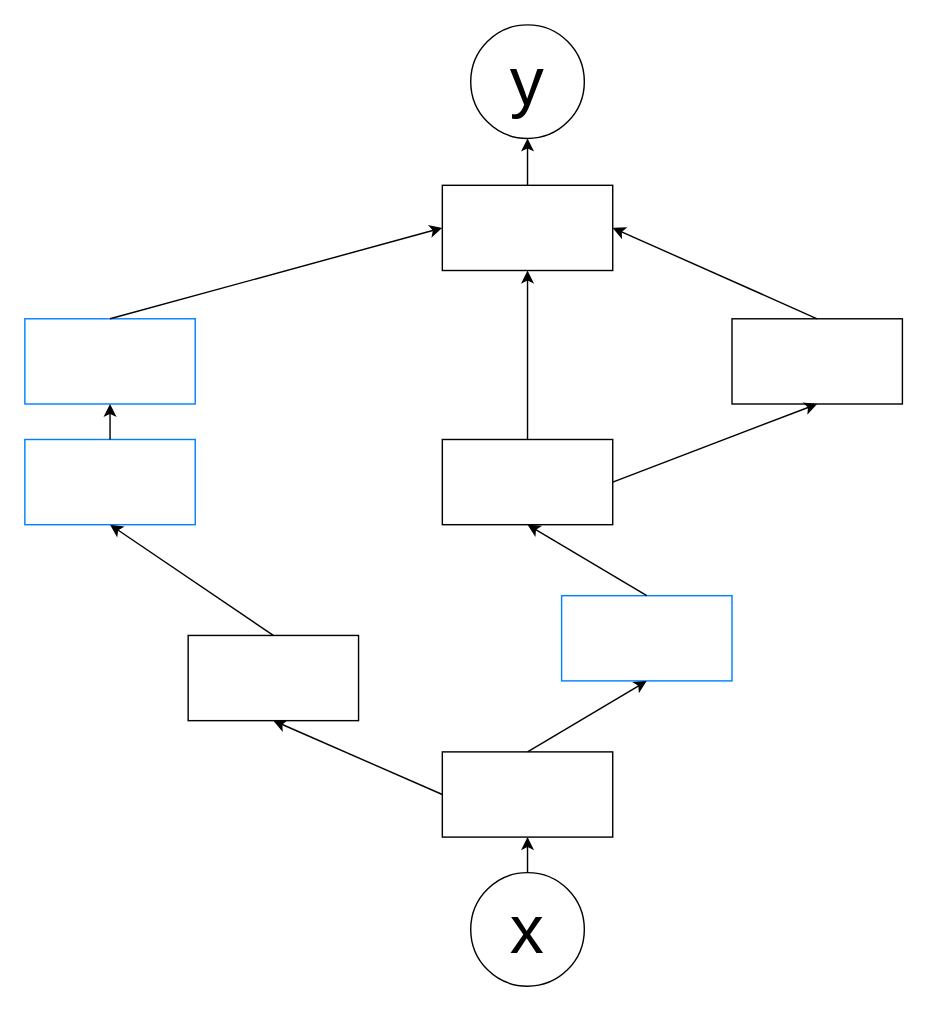
Above: REDS/Projet_Laure/beamer/figs/Untitled Diagram.drawio in CharlesAttend/M2-DAC (draw.io), before the change. Source tidied: cells renumbered, new cells numbered last; positions are measured from the earlier drawing's top-left corner, leaving out a move shared by most shapes. Both pictures are drawn from the tidied source at 142%, with x=0, y=0 at pixel (24, 24).
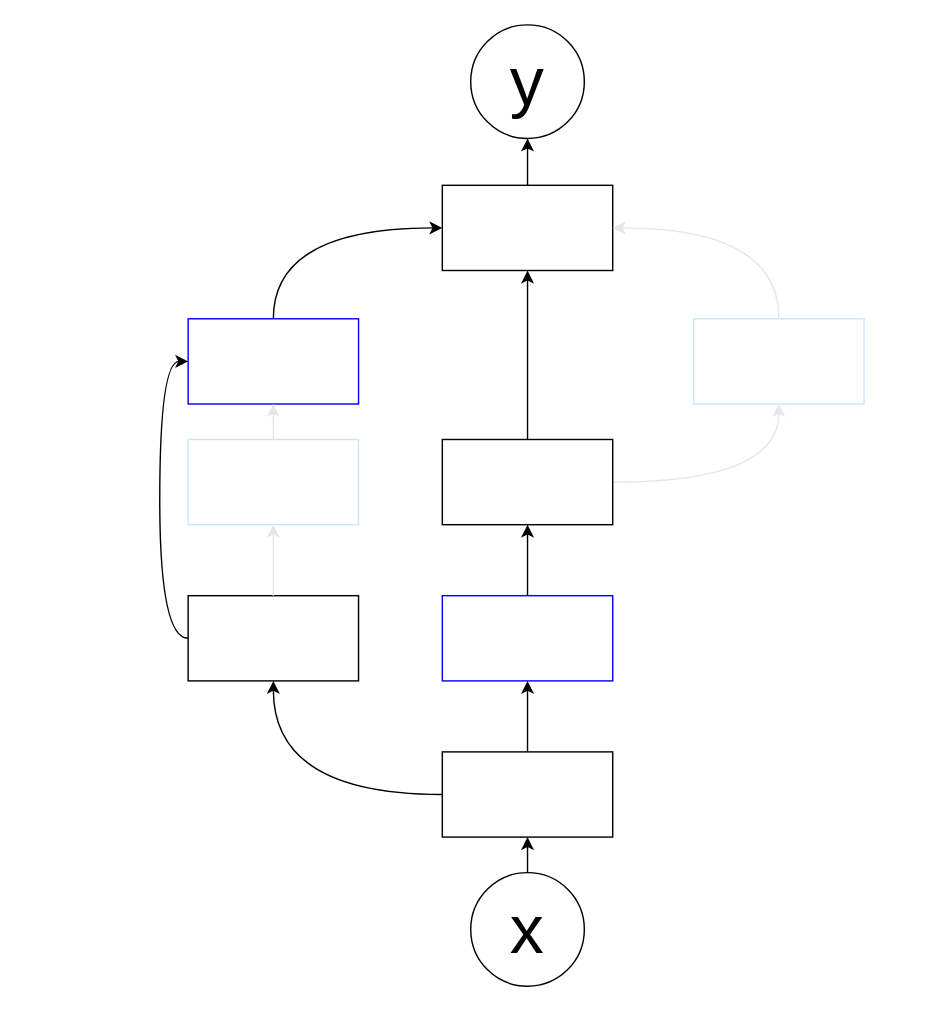
Above is the later version.

The change refers to these unchanged cells:
```xml
<mxCell id="5" style="rounded=0;whiteSpace=wrap;html=1;" parent="1" vertex="1">
  <mxGeometry x="294" y="113" width="120" height="60" as="geometry" />
</mxCell>
<mxCell id="7" style="rounded=0;whiteSpace=wrap;html=1;" parent="1" vertex="1">
  <mxGeometry x="294" y="292" width="120" height="60" as="geometry" />
</mxCell>
<mxCell id="11" style="rounded=0;whiteSpace=wrap;html=1;" parent="1" vertex="1">
  <mxGeometry x="294" y="512" width="120" height="60" as="geometry" />
</mxCell>
```

What changed in the source:
```diff
@@
+    <mxCell id="22" style="edgeStyle=orthogonalEdgeStyle;curved=1;rounded=0;jettySize=auto;html=1;entryX=1;entryY=0.5;entryDx=0;entryDy=0;exitX=0.5;exitY=0;exitDx=0;exitDy=0;strokeColor=#E6E6E6;" parent="1" edge="1" source="6" target="5">
+      <mxGeometry relative="1" as="geometry" />
+    </mxCell>
-    <mxCell id="6" style="rounded=0;whiteSpace=wrap;html=1;" parent="1" vertex="1">
-      <mxGeometry x="498" y="207" width="120" height="60" as="geometry" />
+    <mxCell id="6" style="rounded=0;whiteSpace=wrap;html=1;strokeColor=#CCE5FF;" parent="1" vertex="1">
+      <mxGeometry x="471" y="207" width="120" height="60" as="geometry" />
     </mxCell>
+    <mxCell id="21" style="edgeStyle=orthogonalEdgeStyle;rounded=0;jettySize=auto;html=1;entryX=0.5;entryY=1;entryDx=0;entryDy=0;curved=1;strokeColor=#E6E6E6;" parent="1" edge="1" source="7" target="6">
+      <mxGeometry relative="1" as="geometry" />
+    </mxCell>
+    <mxCell id="17" style="edgeStyle=orthogonalEdgeStyle;curved=1;rounded=0;jettySize=auto;html=1;" parent="1" edge="1" source="7" target="5">
+      <mxGeometry relative="1" as="geometry" />
+    </mxCell>
@@
+    <mxCell id="14" style="edgeStyle=orthogonalEdgeStyle;curved=1;rounded=0;jettySize=auto;html=1;entryX=0;entryY=0.5;entryDx=0;entryDy=0;exitX=0.5;exitY=0;exitDx=0;exitDy=0;" parent="1" edge="1" source="8" target="5">
+      <mxGeometry relative="1" as="geometry" />
+    </mxCell>
-    <mxCell id="8" style="rounded=0;whiteSpace=wrap;html=1;strokeColor=#007FFF;" parent="1" vertex="1">
-      <mxGeometry y="207" width="120" height="60" as="geometry" />
+    <mxCell id="8" style="rounded=0;whiteSpace=wrap;html=1;strokeColor=#0000FF;" parent="1" vertex="1">
+      <mxGeometry x="115" y="207" width="120" height="60" as="geometry" />
     </mxCell>
-    <mxCell id="9" style="rounded=0;whiteSpace=wrap;html=1;strokeColor=#007FFF;" parent="1" vertex="1">
-      <mxGeometry y="292" width="120" height="60" as="geometry" />
+    <mxCell id="9" style="rounded=0;whiteSpace=wrap;html=1;strokeColor=#CCE5FF;" parent="1" vertex="1">
+      <mxGeometry x="115" y="292" width="120" height="60" as="geometry" />
     </mxCell>
+    <mxCell id="23" style="edgeStyle=orthogonalEdgeStyle;curved=1;rounded=0;jettySize=auto;html=1;entryX=0;entryY=0.5;entryDx=0;entryDy=0;exitX=0;exitY=0.5;exitDx=0;exitDy=0;" parent="1" edge="1" source="10" target="8">
+      <mxGeometry relative="1" as="geometry" />
+    </mxCell>
     <mxCell id="10" style="rounded=0;whiteSpace=wrap;html=1;" parent="1" vertex="1">
-      <mxGeometry x="115" y="430" width="120" height="60" as="geometry" />
+      <mxGeometry x="115" y="402" width="120" height="60" as="geometry" />
     </mxCell>
+    <mxCell id="18" style="edgeStyle=orthogonalEdgeStyle;curved=1;rounded=0;jettySize=auto;html=1;entryX=0.5;entryY=1;entryDx=0;entryDy=0;" parent="1" edge="1" source="11" target="10">
+      <mxGeometry relative="1" as="geometry" />
+    </mxCell>
@@
-    <mxCell id="13" style="rounded=0;whiteSpace=wrap;html=1;strokeColor=#007FFF;" parent="1" vertex="1">
-      <mxGeometry x="378" y="402" width="120" height="60" as="geometry" />
+    <mxCell id="13" style="rounded=0;whiteSpace=wrap;html=1;strokeColor=#0000FF;" parent="1" vertex="1">
+      <mxGeometry x="294" y="402" width="120" height="60" as="geometry" />
     </mxCell>
-    <mxCell id="14" style="endArrow=classic;html=1;rounded=0;exitX=0.5;exitY=0;exitDx=0;exitDy=0;entryX=0;entryY=0.5;entryDx=0;entryDy=0;" parent="1" edge="1" source="8" target="5">
-      <mxGeometry relative="1" as="geometry" />
-    </mxCell>
-    <mxCell id="15" style="endArrow=classic;html=1;rounded=0;exitX=0.5;exitY=0;exitDx=0;exitDy=0;entryX=0.5;entryY=1;entryDx=0;entryDy=0;" parent="1" edge="1" source="9" target="8">
+    <mxCell id="15" style="endArrow=classic;html=1;rounded=0;exitX=0.5;exitY=0;exitDx=0;exitDy=0;entryX=0.5;entryY=1;entryDx=0;entryDy=0;strokeColor=#E6E6E6;" parent="1" edge="1" source="9" target="8">
       <mxGeometry relative="1" as="geometry" />
     </mxCell>
-    <mxCell id="16" style="endArrow=classic;html=1;rounded=0;exitX=0.5;exitY=0;exitDx=0;exitDy=0;entryX=0.5;entryY=1;entryDx=0;entryDy=0;" parent="1" edge="1" source="10" target="9">
+    <mxCell id="16" style="endArrow=classic;html=1;rounded=0;exitX=0.5;exitY=0;exitDx=0;exitDy=0;entryX=0.5;entryY=1;entryDx=0;entryDy=0;strokeColor=#E6E6E6;" parent="1" edge="1" source="10" target="9">
       <mxGeometry relative="1" as="geometry" />
     </mxCell>
-    <mxCell id="17" style="endArrow=classic;html=1;rounded=0;exitX=0.5;exitY=0;exitDx=0;exitDy=0;" parent="1" edge="1" source="7" target="5">
-      <mxGeometry relative="1" as="geometry" />
-    </mxCell>
-    <mxCell id="18" style="endArrow=classic;html=1;rounded=0;exitX=0;exitY=0.5;exitDx=0;exitDy=0;entryX=0.5;entryY=1;entryDx=0;entryDy=0;" parent="1" edge="1" source="11" target="10">
-      <mxGeometry relative="1" as="geometry" />
-    </mxCell>
@@
-    <mxCell id="21" style="endArrow=classic;html=1;rounded=0;exitX=1;exitY=0.5;exitDx=0;exitDy=0;entryX=0.5;entryY=1;entryDx=0;entryDy=0;" parent="1" edge="1" source="7" target="6">
-      <mxGeometry relative="1" as="geometry" />
-    </mxCell>
-    <mxCell id="22" style="endArrow=classic;html=1;rounded=0;exitX=0.5;exitY=0;exitDx=0;exitDy=0;entryX=1;entryY=0.5;entryDx=0;entryDy=0;" parent="1" edge="1" source="6" target="5">
-      <mxGeometry relative="1" as="geometry" />
-    </mxCell>
```
